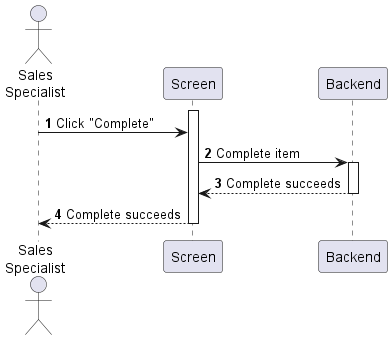
phihungha/scmss-reqs keeps this PlantUML diagram as sequences/sales-order-complete.png. Above is the earlier version.
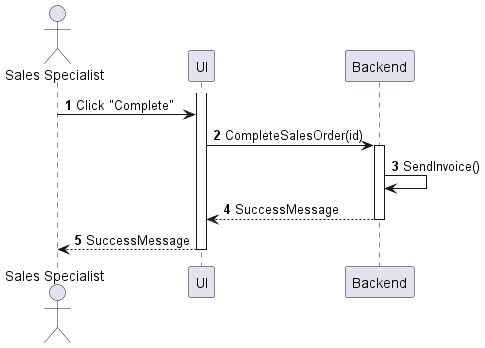
After the commit.

What changed in the source:
```diff
@@ -1,15 +1,16 @@
 @startuml sales-order-complete
 autonumber
 
-actor "Sales\nSpecialist" as a
-participant Screen as f
+actor "Sales Specialist" as a
+participant UI as f
 participant Backend as b
 
 activate f
 a -> f : Click "Complete"
-f -> b : Complete item
+f -> b : CompleteSalesOrder(id)
 activate b
-return Complete succeeds
-f --> a : Complete succeeds
+b -> b : SendInvoice()
+return SuccessMessage
+f --> a : SuccessMessage
 deactivate f
 @enduml
```
